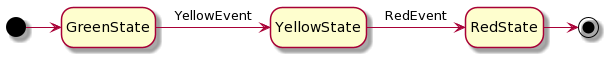
Earlier version of the PlantUML export doc/diagrams/finishing-traffic-light.png (KStateMachine/kstatemachine).
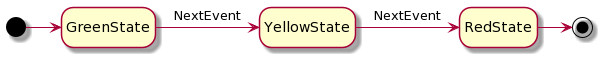
Above is the later version.

What changed in the source:
```diff
@@ -1,7 +1,7 @@
 @startuml
 hide empty description
 [*] -> GreenState
-GreenState -> YellowState : YellowEvent
-YellowState -> RedState : RedEvent
+GreenState -> YellowState : NextEvent
+YellowState -> RedState : NextEvent
 RedState -> [*]
 @enduml
```
